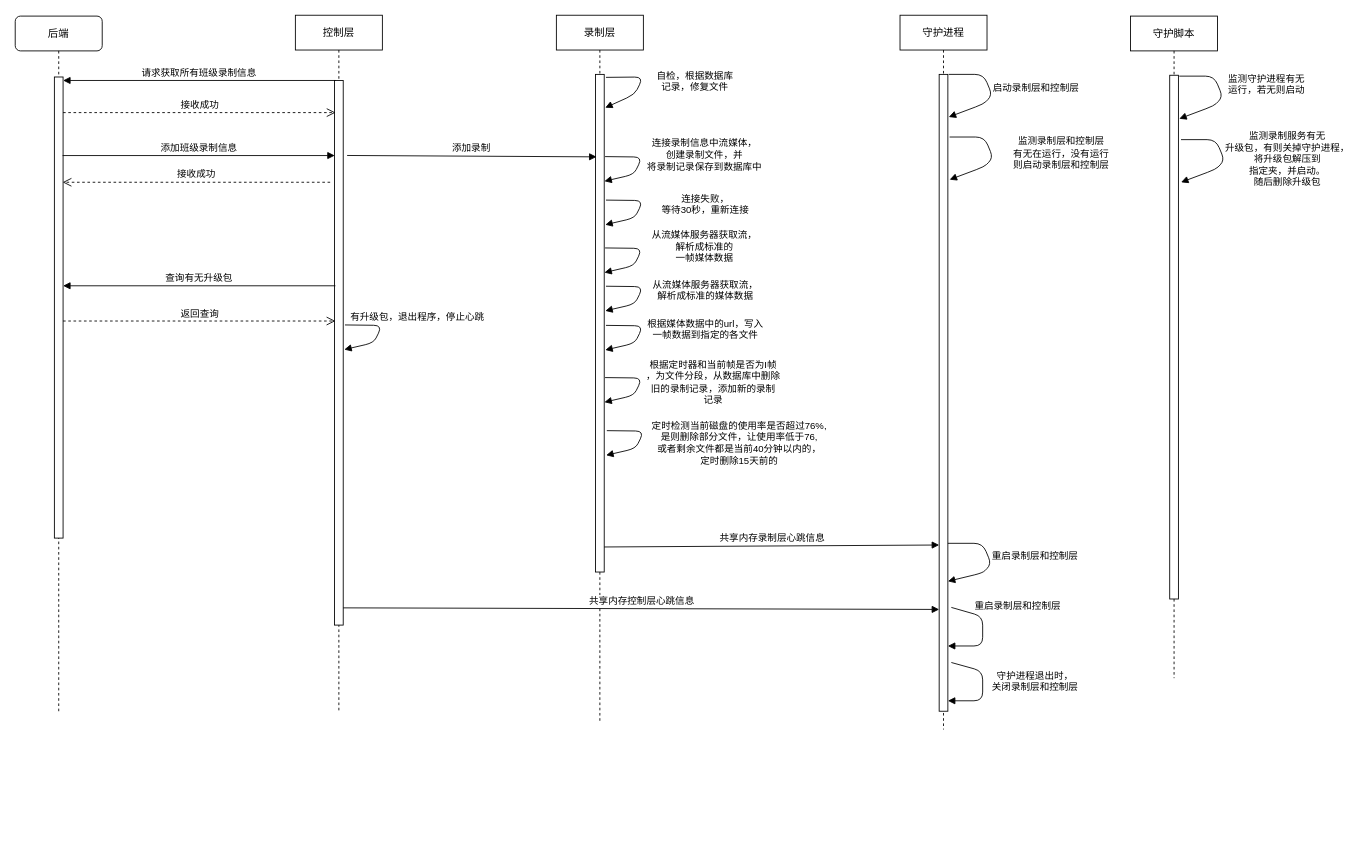
This is lookUpLessonSequenceDiagram.drawio from huangPeiLc/drawio, a draw.io file, before an edit. Source tidied: cells renumbered, new cells numbered last; positions are measured from the earlier drawing's top-left corner, leaving out a move shared by most shapes. Both pictures are drawn from the tidied source at 87%, with x=0, y=0 at pixel (15, 15).
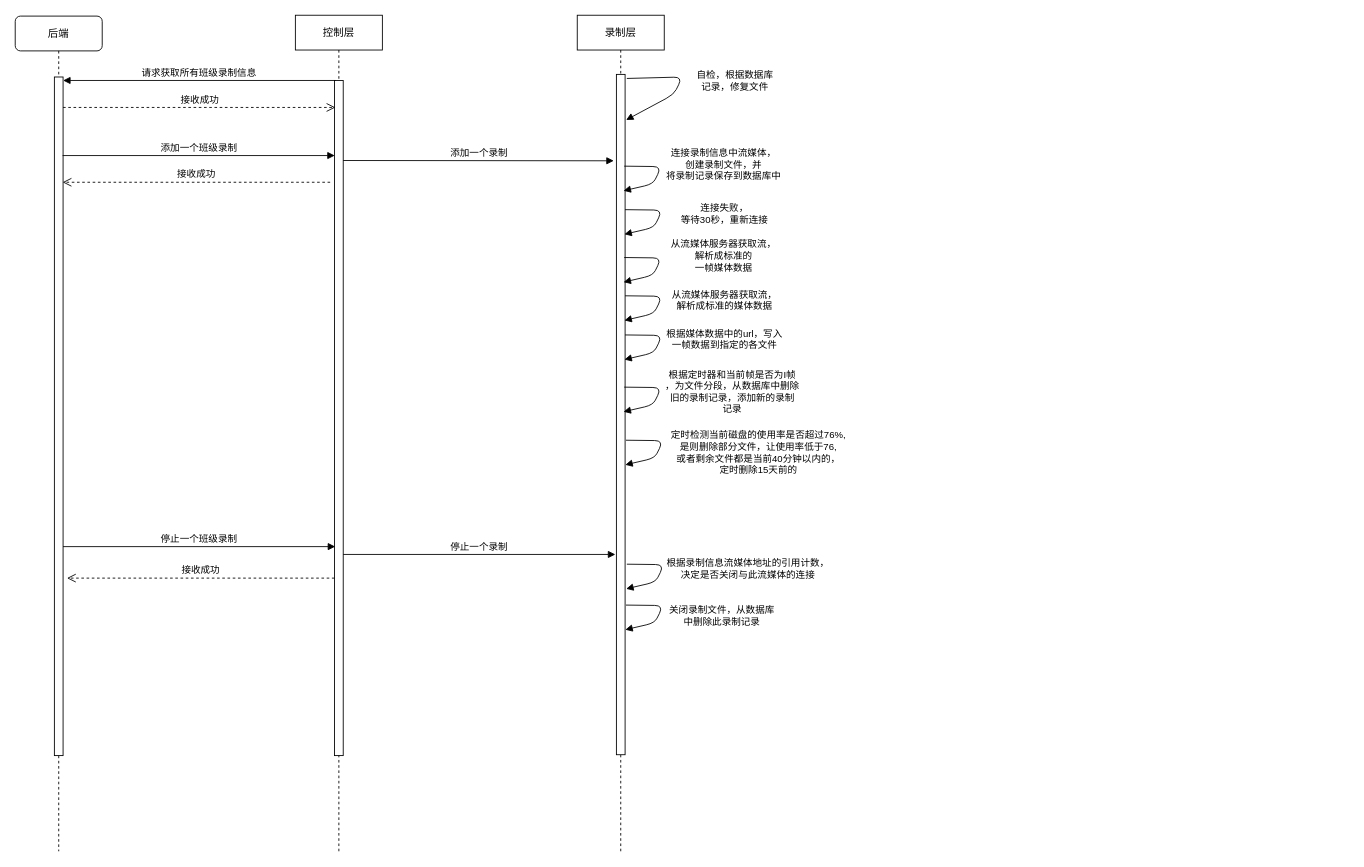
Above is the later version.

Diff of the diagram source:
```diff
@@
     <mxCell id="2" value="控制层" style="shape=umlLifeline;perimeter=lifelinePerimeter;whiteSpace=wrap;html=1;" parent="1" vertex="1">
-      <mxGeometry x="322" width="100" height="801" as="geometry" />
+      <mxGeometry x="322" width="100" height="961" as="geometry" />
     </mxCell>
     <mxCell id="3" value="后端" style="shape=umlLifeline;perimeter=lifelinePerimeter;whiteSpace=wrap;html=1;rounded=1;shadow=0;comic=0;labelBackgroundColor=none;strokeColor=#000000;strokeWidth=1;fillColor=#FFFFFF;fontFamily=Verdana;fontSize=12;fontColor=#000000;align=center;size=40;" parent="1" vertex="1">
-      <mxGeometry y="1" width="100" height="800" as="geometry" />
+      <mxGeometry y="1" width="100" height="960" as="geometry" />
     </mxCell>
     <mxCell id="4" style="html=1;points=[];perimeter=orthogonalPerimeter;rounded=0;shadow=0;comic=0;labelBackgroundColor=none;strokeColor=#000000;strokeWidth=1;fillColor=#FFFFFF;fontFamily=Verdana;fontSize=12;fontColor=#000000;align=center;" parent="3" vertex="1">
-      <mxGeometry x="45" y="70" width="10" height="530" as="geometry" />
+      <mxGeometry x="45" y="70" width="10" height="780" as="geometry" />
     </mxCell>
     <mxCell id="5" style="html=1;points=[];perimeter=orthogonalPerimeter;rounded=0;shadow=0;comic=0;labelBackgroundColor=none;strokeColor=#000000;strokeWidth=1;fillColor=#FFFFFF;fontFamily=Verdana;fontSize=12;fontColor=#000000;align=center;" parent="1" vertex="1">
-      <mxGeometry x="367" y="75" width="10" height="626" as="geometry" />
+      <mxGeometry x="367" y="75" width="10" height="776" as="geometry" />
     </mxCell>
     <mxCell id="6" value="录制层" style="shape=umlLifeline;perimeter=lifelinePerimeter;whiteSpace=wrap;html=1;" parent="1" vertex="1">
-      <mxGeometry x="622" width="100" height="811" as="geometry" />
+      <mxGeometry x="646" width="100" height="961" as="geometry" />
     </mxCell>
     <mxCell id="7" style="html=1;points=[];perimeter=orthogonalPerimeter;rounded=0;shadow=0;comic=0;labelBackgroundColor=none;strokeColor=#000000;strokeWidth=1;fillColor=#FFFFFF;fontFamily=Verdana;fontSize=12;fontColor=#000000;align=center;" parent="6" vertex="1">
-      <mxGeometry x="45" y="68" width="10" height="572" as="geometry" />
+      <mxGeometry x="45" y="68" width="10" height="782" as="geometry" />
     </mxCell>
     <mxCell id="8" value="&lt;div&gt;自检，根据数据库&lt;/div&gt;&lt;div&gt;记录，修复文件&lt;/div&gt;" style="html=1;verticalAlign=bottom;endArrow=block;entryX=1.117;entryY=0.067;entryDx=0;entryDy=0;entryPerimeter=0;exitX=1.2;exitY=0.006;exitDx=0;exitDy=0;exitPerimeter=0;" parent="6" edge="1" source="7" target="7">
       <mxGeometry x="-0.14" y="-63" relative="1" as="geometry">
         <Array as="points">
-          <mxPoint x="100" y="71" />
-          <mxPoint x="90" y="91" />
+          <mxPoint x="121" y="71" />
+          <mxPoint x="111" y="91" />
         </Array>
         <mxPoint x="116" y="48" as="offset" />
       </mxGeometry>
     </mxCell>
-    <mxCell id="9" value="添加班级录制信息" style="html=1;verticalAlign=bottom;endArrow=block;entryX=0.033;entryY=0.078;entryDx=0;entryDy=0;entryPerimeter=0;" parent="1" edge="1">
+    <mxCell id="9" value="添加一个班级录制" style="html=1;verticalAlign=bottom;endArrow=block;entryX=0.033;entryY=0.078;entryDx=0;entryDy=0;entryPerimeter=0;" parent="1" edge="1">
       <mxGeometry relative="1" as="geometry">
         <mxPoint x="54.5" y="161.3" as="sourcePoint" />
         <mxPoint x="367.3" y="161.3" as="targetPoint" />
       </mxGeometry>
     </mxCell>
@@
-    <mxCell id="11" value="接收成功" style="html=1;verticalAlign=bottom;endArrow=open;dashed=1;endSize=8;entryX=0.117;entryY=0.059;entryDx=0;entryDy=0;entryPerimeter=0;" parent="1" edge="1" source="4" target="5">
-      <mxGeometry relative="1" as="geometry" />
+    <mxCell id="11" value="接收成功" style="html=1;verticalAlign=bottom;endArrow=open;dashed=1;endSize=8;entryX=0.117;entryY=0.059;entryDx=0;entryDy=0;entryPerimeter=0;" parent="1" edge="1">
+      <mxGeometry relative="1" as="geometry">
+        <mxPoint x="55" y="106" as="sourcePoint" />
+        <mxPoint x="368" y="106" as="targetPoint" />
+      </mxGeometry>
     </mxCell>
-    <mxCell id="12" value="添加录制" style="html=1;verticalAlign=bottom;endArrow=block;exitX=1.45;exitY=0.123;exitDx=0;exitDy=0;exitPerimeter=0;entryX=0.117;entryY=0.141;entryDx=0;entryDy=0;entryPerimeter=0;" parent="1" edge="1">
+    <mxCell id="12" value="添加一个录制" style="html=1;verticalAlign=bottom;endArrow=block;entryX=-0.3;entryY=0.127;entryDx=0;entryDy=0;entryPerimeter=0;" parent="1" edge="1" target="7">
       <mxGeometry relative="1" as="geometry">
-        <mxPoint x="381.5" y="161.2" as="sourcePoint" />
-        <mxPoint x="668.2" y="162.8" as="targetPoint" />
+        <mxPoint x="377" y="167" as="sourcePoint" />
       </mxGeometry>
     </mxCell>
     <mxCell id="13" value="&lt;div&gt;连接录制信息中流媒体，&lt;/div&gt;&lt;div&gt;&lt;div&gt;创建录制文件，并&lt;/div&gt;将录制记录保存到数据库中&lt;/div&gt;" style="html=1;verticalAlign=bottom;endArrow=block;entryX=1.117;entryY=0.067;entryDx=0;entryDy=0;entryPerimeter=0;exitX=1.2;exitY=0.006;exitDx=0;exitDy=0;exitPerimeter=0;" parent="1" edge="1">
       <mxGeometry x="-0.14" y="-74" relative="1" as="geometry">
-        <mxPoint x="678" y="162.5" as="sourcePoint" />
-        <mxPoint x="677.2" y="190.8" as="targetPoint" />
+        <mxPoint x="700" y="173.5" as="sourcePoint" />
+        <mxPoint x="699.2" y="201.8" as="targetPoint" />
         <Array as="points">
-          <mxPoint x="721" y="163" />
-          <mxPoint x="711" y="183" />
+          <mxPoint x="743" y="174" />
+          <mxPoint x="733" y="194" />
         </Array>
         <mxPoint x="137" y="53" as="offset" />
       </mxGeometry>
     </mxCell>
     <mxCell id="14" value="&lt;div&gt;连接失败，&lt;/div&gt;&lt;div&gt;等待30秒，重新连接&lt;/div&gt;" style="html=1;verticalAlign=bottom;endArrow=block;entryX=1.117;entryY=0.067;entryDx=0;entryDy=0;entryPerimeter=0;exitX=1.2;exitY=0.006;exitDx=0;exitDy=0;exitPerimeter=0;" parent="1" edge="1">
       <mxGeometry x="-0.14" y="-74" relative="1" as="geometry">
-        <mxPoint x="679" y="212.5" as="sourcePoint" />
-        <mxPoint x="678.2" y="240.8" as="targetPoint" />
+        <mxPoint x="701" y="223.5" as="sourcePoint" />
+        <mxPoint x="700.2" y="251.8" as="targetPoint" />
         <Array as="points">
-          <mxPoint x="722" y="213" />
-          <mxPoint x="712" y="233" />
+          <mxPoint x="744" y="224" />
+          <mxPoint x="734" y="244" />
         </Array>
         <mxPoint x="137" y="53" as="offset" />
       </mxGeometry>
     </mxCell>
     <mxCell id="15" value="&lt;div&gt;从流媒体服务器获取流，&lt;/div&gt;&lt;div&gt;解析成标准的&lt;/div&gt;&lt;div&gt;一帧媒体数据&lt;/div&gt;" style="html=1;verticalAlign=bottom;endArrow=block;entryX=1.117;entryY=0.067;entryDx=0;entryDy=0;entryPerimeter=0;exitX=1.2;exitY=0.006;exitDx=0;exitDy=0;exitPerimeter=0;" parent="1" edge="1">
       <mxGeometry x="-0.14" y="-74" relative="1" as="geometry">
-        <mxPoint x="678" y="267.5" as="sourcePoint" />
-        <mxPoint x="677.2" y="295.8" as="targetPoint" />
+        <mxPoint x="700" y="278.5" as="sourcePoint" />
+        <mxPoint x="699.2" y="306.8" as="targetPoint" />
         <Array as="points">
-          <mxPoint x="721" y="268" />
-          <mxPoint x="711" y="288" />
+          <mxPoint x="743" y="279" />
+          <mxPoint x="733" y="299" />
         </Array>
         <mxPoint x="137" y="53" as="offset" />
       </mxGeometry>
     </mxCell>
@@
     <mxCell id="17" value="&lt;div&gt;从流媒体服务器获取流，&lt;/div&gt;&lt;div&gt;解析成标准的媒体数据&lt;/div&gt;" style="html=1;verticalAlign=bottom;endArrow=block;entryX=1.117;entryY=0.067;entryDx=0;entryDy=0;entryPerimeter=0;exitX=1.2;exitY=0.006;exitDx=0;exitDy=0;exitPerimeter=0;" parent="1" edge="1">
       <mxGeometry x="-0.14" y="-74" relative="1" as="geometry">
-        <mxPoint x="679" y="311.5" as="sourcePoint" />
-        <mxPoint x="678.2" y="339.8" as="targetPoint" />
+        <mxPoint x="701" y="322.5" as="sourcePoint" />
+        <mxPoint x="700.2" y="350.8" as="targetPoint" />
         <Array as="points">
-          <mxPoint x="722" y="312" />
-          <mxPoint x="712" y="332" />
+          <mxPoint x="744" y="323" />
+          <mxPoint x="734" y="343" />
         </Array>
         <mxPoint x="137" y="53" as="offset" />
       </mxGeometry>
     </mxCell>
     <mxCell id="18" value="&lt;div&gt;根据媒体数据中的url，写入&lt;/div&gt;&lt;div&gt;一帧数据到指定的各文件&lt;br&gt;&lt;/div&gt;" style="html=1;verticalAlign=bottom;endArrow=block;entryX=1.117;entryY=0.067;entryDx=0;entryDy=0;entryPerimeter=0;exitX=1.2;exitY=0.006;exitDx=0;exitDy=0;exitPerimeter=0;" parent="1" edge="1">
       <mxGeometry x="-0.14" y="-74" relative="1" as="geometry">
-        <mxPoint x="679" y="356.5" as="sourcePoint" />
-        <mxPoint x="678.2" y="384.8" as="targetPoint" />
+        <mxPoint x="701" y="367.5" as="sourcePoint" />
+        <mxPoint x="700.2" y="395.8" as="targetPoint" />
         <Array as="points">
-          <mxPoint x="722" y="357" />
-          <mxPoint x="712" y="377" />
+          <mxPoint x="744" y="368" />
+          <mxPoint x="734" y="388" />
         </Array>
         <mxPoint x="137" y="53" as="offset" />
       </mxGeometry>
     </mxCell>
     <mxCell id="19" value="&lt;div&gt;根据定时器和当前帧是否为I帧&lt;/div&gt;&lt;div&gt;，为文件分段，从数据库中删除&lt;/div&gt;&lt;div&gt;旧的录制记录，添加新的录制&lt;/div&gt;&lt;div&gt;记录&lt;br&gt;&lt;/div&gt;" style="html=1;verticalAlign=bottom;endArrow=block;entryX=1.117;entryY=0.067;entryDx=0;entryDy=0;entryPerimeter=0;exitX=1.2;exitY=0.006;exitDx=0;exitDy=0;exitPerimeter=0;" parent="1" edge="1">
       <mxGeometry x="-0.14" y="-88" relative="1" as="geometry">
-        <mxPoint x="678" y="416.5" as="sourcePoint" />
-        <mxPoint x="677.2" y="444.8" as="targetPoint" />
+        <mxPoint x="700" y="427.5" as="sourcePoint" />
+        <mxPoint x="699.2" y="455.8" as="targetPoint" />
         <Array as="points">
-          <mxPoint x="721" y="417" />
-          <mxPoint x="711" y="437" />
+          <mxPoint x="743" y="428" />
+          <mxPoint x="733" y="448" />
         </Array>
         <mxPoint x="160" y="73" as="offset" />
       </mxGeometry>
     </mxCell>
     <mxCell id="20" value="&lt;div&gt;定时检测当前磁盘的使用率是否超过76%,&lt;/div&gt;&lt;div&gt;是则删除部分文件，让使用率低于76,&lt;/div&gt;&lt;div&gt;或者剩余文件都是当前40分钟以内的，&lt;/div&gt;&lt;div&gt;定时删除15天前的&lt;br&gt;&lt;/div&gt;" style="html=1;verticalAlign=bottom;endArrow=block;entryX=1.117;entryY=0.067;entryDx=0;entryDy=0;entryPerimeter=0;exitX=1.2;exitY=0.006;exitDx=0;exitDy=0;exitPerimeter=0;" parent="1" edge="1">
       <mxGeometry x="-0.14" y="-117" relative="1" as="geometry">
-        <mxPoint x="680" y="477.5" as="sourcePoint" />
-        <mxPoint x="679.2" y="505.8" as="targetPoint" />
+        <mxPoint x="702" y="488.5" as="sourcePoint" />
+        <mxPoint x="701.2" y="516.8" as="targetPoint" />
         <Array as="points">
-          <mxPoint x="723" y="478" />
-          <mxPoint x="713" y="498" />
+          <mxPoint x="745" y="489" />
+          <mxPoint x="735" y="509" />
         </Array>
         <mxPoint x="214" y="95" as="offset" />
       </mxGeometry>
     </mxCell>
-    <mxCell id="21" value="守护进程" style="shape=umlLifeline;perimeter=lifelinePerimeter;whiteSpace=wrap;html=1;" parent="1" vertex="1">
-      <mxGeometry x="1017" width="100" height="821" as="geometry" />
-    </mxCell>
-    <mxCell id="22" style="html=1;points=[];perimeter=orthogonalPerimeter;rounded=0;shadow=0;comic=0;labelBackgroundColor=none;strokeColor=#000000;strokeWidth=1;fillColor=#FFFFFF;fontFamily=Verdana;fontSize=12;fontColor=#000000;align=center;" parent="21" vertex="1">
-      <mxGeometry x="45" y="68" width="10" height="732" as="geometry" />
-    </mxCell>
-    <mxCell id="23" value="重启录制层和控制层" style="html=1;verticalAlign=bottom;endArrow=block;entryX=1;entryY=0.796;entryDx=0;entryDy=0;entryPerimeter=0;" parent="21" edge="1" source="22" target="22">
-      <mxGeometry x="0.09" y="50" relative="1" as="geometry">
-        <Array as="points">
-          <mxPoint x="95" y="607" />
-          <mxPoint x="105" y="631" />
-          <mxPoint x="95" y="641" />
-        </Array>
-        <mxPoint x="15" y="-35" as="offset" />
-      </mxGeometry>
-    </mxCell>
-    <mxCell id="24" value="重启录制层和控制层" style="html=1;verticalAlign=bottom;endArrow=block;exitX=1.4;exitY=0.837;exitDx=0;exitDy=0;exitPerimeter=0;" parent="21" edge="1" source="22" target="22">
-      <mxGeometry x="-0.24" y="41" relative="1" as="geometry">
-        <Array as="points">
-          <mxPoint x="95" y="691" />
-          <mxPoint x="95" y="725" />
-        </Array>
-        <mxPoint x="-1" y="-8" as="offset" />
-      </mxGeometry>
-    </mxCell>
-    <mxCell id="25" value="守护脚本" style="shape=umlLifeline;perimeter=lifelinePerimeter;whiteSpace=wrap;html=1;" parent="1" vertex="1">
-      <mxGeometry x="1282" y="1" width="100" height="761" as="geometry" />
-    </mxCell>
-    <mxCell id="26" style="html=1;perimeter=orthogonalPerimeter;rounded=0;shadow=0;comic=0;labelBackgroundColor=none;strokeColor=#000000;strokeWidth=1;fillColor=#FFFFFF;fontFamily=Verdana;fontSize=12;fontColor=#000000;align=center;" parent="25" vertex="1">
-      <mxGeometry x="45" y="68" width="10" height="602" as="geometry" />
-    </mxCell>
-    <mxCell id="27" value="共享内存录制层心跳信息" style="html=1;verticalAlign=bottom;endArrow=block;exitX=1.45;exitY=0.123;exitDx=0;exitDy=0;exitPerimeter=0;entryX=0;entryY=0.739;entryDx=0;entryDy=0;entryPerimeter=0;" parent="1" edge="1" target="22">
-      <mxGeometry relative="1" as="geometry">
-        <mxPoint x="677" y="611.2" as="sourcePoint" />
-      </mxGeometry>
-    </mxCell>
-    <mxCell id="28" value="共享内存控制层心跳信息" style="html=1;verticalAlign=bottom;endArrow=block;exitX=1.45;exitY=0.123;exitDx=0;exitDy=0;exitPerimeter=0;" parent="1" edge="1">
-      <mxGeometry relative="1" as="geometry">
-        <mxPoint x="377" y="681.2" as="sourcePoint" />
-        <mxPoint x="1062" y="683" as="targetPoint" />
-      </mxGeometry>
-    </mxCell>
-    <mxCell id="29" value="启动录制层和控制层" style="html=1;verticalAlign=bottom;endArrow=block;entryX=1;entryY=0.862;entryDx=0;entryDy=0;entryPerimeter=0;" parent="1" edge="1">
-      <mxGeometry x="0.09" y="50" relative="1" as="geometry">
-        <mxPoint x="1073" y="68" as="sourcePoint" />
-        <mxPoint x="1073" y="117" as="targetPoint" />
-        <Array as="points">
-          <mxPoint x="1113" y="68" />
-          <mxPoint x="1123" y="92" />
-          <mxPoint x="1113" y="102" />
-        </Array>
-        <mxPoint x="15" y="-35" as="offset" />
-      </mxGeometry>
-    </mxCell>
-    <mxCell id="30" value="&lt;div&gt;监测录制层和控制层&lt;/div&gt;&lt;div&gt;有无在运行，没有运行&lt;/div&gt;&lt;div&gt;则启动录制层和控制层&lt;br&gt;&lt;/div&gt;" style="html=1;verticalAlign=bottom;endArrow=block;entryX=1;entryY=0.862;entryDx=0;entryDy=0;entryPerimeter=0;" parent="1" edge="1">
-      <mxGeometry x="0.07" y="80" relative="1" as="geometry">
-        <mxPoint x="1074" y="140" as="sourcePoint" />
-        <mxPoint x="1074" y="189" as="targetPoint" />
-        <Array as="points">
-          <mxPoint x="1114" y="140" />
-          <mxPoint x="1124" y="164" />
-          <mxPoint x="1114" y="174" />
-        </Array>
-        <mxPoint x="21" y="-40" as="offset" />
-      </mxGeometry>
-    </mxCell>
-    <mxCell id="31" value="&lt;div&gt;监测守护进程有无&lt;/div&gt;&lt;div&gt;运行，若无则启动&lt;/div&gt;" style="html=1;verticalAlign=bottom;endArrow=block;entryX=1;entryY=0.862;entryDx=0;entryDy=0;entryPerimeter=0;" parent="1" edge="1">
-      <mxGeometry x="0.09" y="50" relative="1" as="geometry">
-        <mxPoint x="1338" y="70" as="sourcePoint" />
-        <mxPoint x="1338" y="119" as="targetPoint" />
-        <Array as="points">
-          <mxPoint x="1378" y="70" />
-          <mxPoint x="1388" y="94" />
-          <mxPoint x="1378" y="104" />
-        </Array>
-        <mxPoint x="15" y="-35" as="offset" />
-      </mxGeometry>
-    </mxCell>
-    <mxCell id="32" value="&lt;div&gt;监测录制服务有无&lt;/div&gt;&lt;div&gt;升级包，有则关掉守护进程，&lt;/div&gt;&lt;div&gt;将升级包解压到&lt;/div&gt;&lt;div&gt;指定夹，并启动。&lt;/div&gt;&lt;div&gt;随后删除升级包&lt;br&gt;&lt;/div&gt;" style="html=1;verticalAlign=bottom;endArrow=block;entryX=1;entryY=0.862;entryDx=0;entryDy=0;entryPerimeter=0;" parent="1" edge="1">
-      <mxGeometry x="0.07" y="80" relative="1" as="geometry">
-        <mxPoint x="1340" y="143" as="sourcePoint" />
-        <mxPoint x="1340" y="192" as="targetPoint" />
-        <Array as="points">
-          <mxPoint x="1380" y="143" />
-          <mxPoint x="1390" y="167" />
-          <mxPoint x="1380" y="177" />
-        </Array>
-        <mxPoint x="15" y="-23" as="offset" />
-      </mxGeometry>
-    </mxCell>
-    <mxCell id="33" value="查询有无升级包" style="html=1;verticalAlign=bottom;endArrow=block;exitX=0.117;exitY=0;exitDx=0;exitDy=0;exitPerimeter=0;" parent="1" edge="1">
-      <mxGeometry relative="1" as="geometry">
-        <mxPoint x="368" y="311" as="sourcePoint" />
-        <mxPoint x="55" y="311" as="targetPoint" />
-      </mxGeometry>
-    </mxCell>
-    <mxCell id="34" value="返回查询" style="html=1;verticalAlign=bottom;endArrow=open;dashed=1;endSize=8;entryX=0.117;entryY=0.059;entryDx=0;entryDy=0;entryPerimeter=0;" parent="1" edge="1">
-      <mxGeometry relative="1" as="geometry">
-        <mxPoint x="55" y="351.5" as="sourcePoint" />
-        <mxPoint x="368" y="351.5" as="targetPoint" />
-      </mxGeometry>
-    </mxCell>
-    <mxCell id="35" value="有升级包，退出程序，停止心跳" style="html=1;verticalAlign=bottom;endArrow=block;entryX=1.117;entryY=0.067;entryDx=0;entryDy=0;entryPerimeter=0;exitX=1.2;exitY=0.006;exitDx=0;exitDy=0;exitPerimeter=0;" parent="1" edge="1">
-      <mxGeometry x="-0.14" y="40" relative="1" as="geometry">
-        <mxPoint x="379" y="356" as="sourcePoint" />
-        <mxPoint x="378.2" y="384.3" as="targetPoint" />
-        <Array as="points">
-          <mxPoint x="422" y="356.5" />
-          <mxPoint x="412" y="376.5" />
-        </Array>
-        <mxPoint x="4" y="-18" as="offset" />
-      </mxGeometry>
-    </mxCell>
-    <mxCell id="36" value="&lt;div&gt;守护进程退出时，&lt;/div&gt;&lt;div&gt;关闭录制层和控制层&lt;br&gt;&lt;/div&gt;" style="html=1;verticalAlign=bottom;endArrow=block;exitX=1.4;exitY=0.837;exitDx=0;exitDy=0;exitPerimeter=0;" parent="1" edge="1">
-      <mxGeometry x="0.28" y="-60" relative="1" as="geometry">
-        <mxPoint x="1076" y="744" as="sourcePoint" />
-        <mxPoint x="1072" y="788" as="targetPoint" />
-        <Array as="points">
-          <mxPoint x="1112" y="754" />
-          <mxPoint x="1112" y="788" />
-        </Array>
-        <mxPoint x="60" y="53" as="offset" />
-      </mxGeometry>
-    </mxCell>
+    <mxCell id="37" value="停止一个班级录制" style="html=1;verticalAlign=bottom;endArrow=block;entryX=0.033;entryY=0.078;entryDx=0;entryDy=0;entryPerimeter=0;" parent="1" edge="1">
+      <mxGeometry relative="1" as="geometry">
+        <mxPoint x="55" y="610.8" as="sourcePoint" />
+        <mxPoint x="367.8" y="610.8" as="targetPoint" />
+      </mxGeometry>
+    </mxCell>
+    <mxCell id="38" value="接收成功" style="html=1;verticalAlign=bottom;endArrow=open;dashed=1;endSize=8;" parent="1" edge="1">
+      <mxGeometry relative="1" as="geometry">
+        <mxPoint x="367" y="647" as="sourcePoint" />
+        <mxPoint x="59.5" y="647" as="targetPoint" />
+      </mxGeometry>
+    </mxCell>
+    <mxCell id="39" value="停止一个录制" style="html=1;verticalAlign=bottom;endArrow=block;entryX=0.033;entryY=0.078;entryDx=0;entryDy=0;entryPerimeter=0;" parent="1" edge="1">
+      <mxGeometry relative="1" as="geometry">
+        <mxPoint x="377" y="619.8" as="sourcePoint" />
+        <mxPoint x="689.8" y="619.8" as="targetPoint" />
+      </mxGeometry>
+    </mxCell>
+    <mxCell id="40" value="&lt;div&gt;根据录制信息流媒体地址的引用计数，&lt;/div&gt;&lt;div&gt;决定是否关闭与此流媒体的连接&lt;br&gt;&lt;/div&gt;" style="html=1;verticalAlign=bottom;endArrow=block;entryX=1.117;entryY=0.067;entryDx=0;entryDy=0;entryPerimeter=0;exitX=1.2;exitY=0.006;exitDx=0;exitDy=0;exitPerimeter=0;" parent="1" edge="1">
+      <mxGeometry x="-0.14" y="-98" relative="1" as="geometry">
+        <mxPoint x="703" y="631" as="sourcePoint" />
+        <mxPoint x="702.2" y="659.3" as="targetPoint" />
+        <Array as="points">
+          <mxPoint x="746" y="631.5" />
+          <mxPoint x="736" y="651.5" />
+        </Array>
+        <mxPoint x="184" y="64" as="offset" />
+      </mxGeometry>
+    </mxCell>
+    <mxCell id="41" value="&lt;div&gt;关闭录制文件，从数据库&lt;/div&gt;&lt;div&gt;中删除此录制记录&lt;/div&gt;" style="html=1;verticalAlign=bottom;endArrow=block;entryX=1.117;entryY=0.067;entryDx=0;entryDy=0;entryPerimeter=0;exitX=1.2;exitY=0.006;exitDx=0;exitDy=0;exitPerimeter=0;" parent="1" edge="1">
+      <mxGeometry x="-0.14" y="-73" relative="1" as="geometry">
+        <mxPoint x="702" y="678" as="sourcePoint" />
+        <mxPoint x="701.2" y="706.3" as="targetPoint" />
+        <Array as="points">
+          <mxPoint x="745" y="678.5" />
+          <mxPoint x="735" y="698.5" />
+        </Array>
+        <mxPoint x="132" y="60" as="offset" />
+      </mxGeometry>
+    </mxCell>
```
